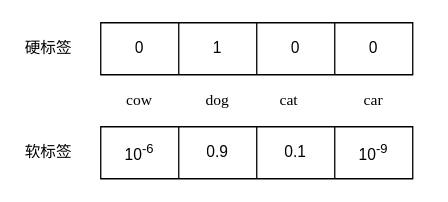
The draw.io diagram soft-hard.drawio in Noeverer/Mindmap, before the edit. Source tidied: cells renumbered, new cells numbered last; positions are measured from the earlier drawing's top-left corner, leaving out a move shared by most shapes. Both pictures are drawn from the tidied source at 130%, with x=0, y=0 at pixel (22, 22).
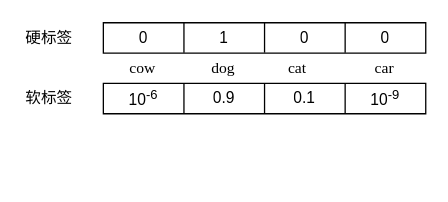
The same page after the edit.

What changed in the source:
```diff
@@
+    <mxCell id="20" style="group;" parent="1" vertex="1">
+      <mxGeometry width="310" height="70" as="geometry" />
+    </mxCell>
-    <mxCell id="2" style="shape=table;html=1;whiteSpace=wrap;startSize=0;childLayout=tableLayout;" parent="1" vertex="1">
-      <mxGeometry x="60" width="240" height="40" as="geometry" />
+    <mxCell id="2" style="shape=table;html=1;whiteSpace=wrap;startSize=0;childLayout=tableLayout;" parent="20" vertex="1">
+      <mxGeometry x="62" width="248" height="23.3" as="geometry" />
     </mxCell>
     <mxCell id="3" style="shape=partialRectangle;html=1;whiteSpace=wrap;fillColor=none;top=0;left=0;bottom=0;right=0;" parent="2" vertex="1">
-      <mxGeometry width="240" height="40" as="geometry" />
+      <mxGeometry width="248" height="23" as="geometry" />
     </mxCell>
     <mxCell id="4" value="0" style="shape=partialRectangle;html=1;whiteSpace=wrap;overflow=hidden;fillColor=none;top=0;left=0;bottom=0;right=0;" parent="3" vertex="1">
-      <mxGeometry width="60" height="40" as="geometry" />
+      <mxGeometry width="62" height="23" as="geometry" />
     </mxCell>
     <mxCell id="5" value="1" style="shape=partialRectangle;html=1;whiteSpace=wrap;overflow=hidden;fillColor=none;top=0;left=0;bottom=0;right=0;" parent="3" vertex="1">
-      <mxGeometry x="60" width="60" height="40" as="geometry" />
+      <mxGeometry x="62" width="62" height="23" as="geometry" />
     </mxCell>
     <mxCell id="6" value="0" style="shape=partialRectangle;html=1;whiteSpace=wrap;overflow=hidden;fillColor=none;top=0;left=0;bottom=0;right=0;" parent="3" vertex="1">
-      <mxGeometry x="120" width="60" height="40" as="geometry" />
+      <mxGeometry x="124" width="62" height="23" as="geometry" />
     </mxCell>
     <mxCell id="7" value="0" style="shape=partialRectangle;html=1;whiteSpace=wrap;overflow=hidden;fillColor=none;top=0;left=0;bottom=0;right=0;" parent="3" vertex="1">
-      <mxGeometry x="180" width="60" height="40" as="geometry" />
+      <mxGeometry x="186" width="62" height="23" as="geometry" />
     </mxCell>
-    <mxCell id="8" style="shape=table;html=1;whiteSpace=wrap;startSize=0;childLayout=tableLayout;" parent="1" vertex="1">
-      <mxGeometry x="60" y="80" width="240" height="40" as="geometry" />
+    <mxCell id="8" style="shape=table;html=1;whiteSpace=wrap;startSize=0;childLayout=tableLayout;" parent="20" vertex="1">
+      <mxGeometry x="62" y="46.7" width="248" height="23.3" as="geometry" />
     </mxCell>
     <mxCell id="9" style="shape=partialRectangle;html=1;whiteSpace=wrap;fillColor=none;top=0;left=0;bottom=0;right=0;" parent="8" vertex="1">
-      <mxGeometry width="240" height="40" as="geometry" />
+      <mxGeometry width="248" height="23" as="geometry" />
     </mxCell>
     <mxCell id="10" value="10&lt;sup&gt;-6&lt;/sup&gt;" style="shape=partialRectangle;html=1;whiteSpace=wrap;overflow=hidden;fillColor=none;top=0;left=0;bottom=0;right=0;" parent="9" vertex="1">
-      <mxGeometry width="60" height="40" as="geometry" />
+      <mxGeometry width="62" height="23" as="geometry" />
     </mxCell>
     <mxCell id="11" value="0.9" style="shape=partialRectangle;html=1;whiteSpace=wrap;overflow=hidden;fillColor=none;top=0;left=0;bottom=0;right=0;" parent="9" vertex="1">
-      <mxGeometry x="60" width="60" height="40" as="geometry" />
+      <mxGeometry x="62" width="62" height="23" as="geometry" />
     </mxCell>
     <mxCell id="12" value="0.1" style="shape=partialRectangle;html=1;whiteSpace=wrap;overflow=hidden;fillColor=none;top=0;left=0;bottom=0;right=0;" parent="9" vertex="1">
-      <mxGeometry x="120" width="60" height="40" as="geometry" />
+      <mxGeometry x="124" width="62" height="23" as="geometry" />
     </mxCell>
     <mxCell id="13" value="10&lt;sup&gt;-9&lt;/sup&gt;" style="shape=partialRectangle;html=1;whiteSpace=wrap;overflow=hidden;fillColor=none;top=0;left=0;bottom=0;right=0;" parent="9" vertex="1">
-      <mxGeometry x="180" width="60" height="40" as="geometry" />
+      <mxGeometry x="186" width="62" height="23" as="geometry" />
     </mxCell>
-    <mxCell id="14" value="&lt;font face=&quot;Times New Roman&quot;&gt;cow&lt;/font&gt;" style="text;html=1;strokeColor=none;fillColor=none;align=center;verticalAlign=middle;whiteSpace=wrap;rounded=0;" parent="1" vertex="1">
-      <mxGeometry x="70" y="50" width="40" height="20" as="geometry" />
+    <mxCell id="14" value="&lt;font face=&quot;Times New Roman&quot;&gt;cow&lt;/font&gt;" style="text;html=1;strokeColor=none;fillColor=none;align=center;verticalAlign=middle;whiteSpace=wrap;rounded=0;" parent="20" vertex="1">
+      <mxGeometry x="72.3" y="29.2" width="41.3" height="11.7" as="geometry" />
     </mxCell>
-    <mxCell id="15" value="&lt;font face=&quot;Times New Roman&quot;&gt;dog&lt;/font&gt;" style="text;html=1;strokeColor=none;fillColor=none;align=center;verticalAlign=middle;whiteSpace=wrap;rounded=0;" parent="1" vertex="1">
-      <mxGeometry x="130" y="50" width="40" height="20" as="geometry" />
+    <mxCell id="15" value="&lt;font face=&quot;Times New Roman&quot;&gt;dog&lt;/font&gt;" style="text;html=1;strokeColor=none;fillColor=none;align=center;verticalAlign=middle;whiteSpace=wrap;rounded=0;" parent="20" vertex="1">
+      <mxGeometry x="134.3" y="29.2" width="41.3" height="11.7" as="geometry" />
     </mxCell>
-    <mxCell id="16" value="&lt;font face=&quot;Times New Roman&quot;&gt;cat&lt;/font&gt;" style="text;html=1;strokeColor=none;fillColor=none;align=center;verticalAlign=middle;whiteSpace=wrap;rounded=0;" parent="1" vertex="1">
-      <mxGeometry x="185" y="50" width="40" height="20" as="geometry" />
+    <mxCell id="16" value="&lt;font face=&quot;Times New Roman&quot;&gt;cat&lt;/font&gt;" style="text;html=1;strokeColor=none;fillColor=none;align=center;verticalAlign=middle;whiteSpace=wrap;rounded=0;" parent="20" vertex="1">
+      <mxGeometry x="191.2" y="29.2" width="41.3" height="11.7" as="geometry" />
     </mxCell>
-    <mxCell id="17" value="&lt;font face=&quot;Times New Roman&quot;&gt;car&lt;/font&gt;" style="text;html=1;strokeColor=none;fillColor=none;align=center;verticalAlign=middle;whiteSpace=wrap;rounded=0;" parent="1" vertex="1">
-      <mxGeometry x="250" y="50" width="40" height="20" as="geometry" />
+    <mxCell id="17" value="&lt;font face=&quot;Times New Roman&quot;&gt;car&lt;/font&gt;" style="text;html=1;strokeColor=none;fillColor=none;align=center;verticalAlign=middle;whiteSpace=wrap;rounded=0;" parent="20" vertex="1">
+      <mxGeometry x="258.3" y="29.2" width="41.3" height="11.7" as="geometry" />
     </mxCell>
-    <mxCell id="18" value="硬标签" style="text;html=1;strokeColor=none;fillColor=none;align=center;verticalAlign=middle;whiteSpace=wrap;rounded=0;" parent="1" vertex="1">
-      <mxGeometry y="10" width="40" height="20" as="geometry" />
+    <mxCell id="18" value="硬标签" style="text;html=1;strokeColor=none;fillColor=none;align=center;verticalAlign=middle;whiteSpace=wrap;rounded=0;" parent="20" vertex="1">
+      <mxGeometry y="5.8" width="41.3" height="11.7" as="geometry" />
     </mxCell>
-    <mxCell id="19" value="软标签" style="text;html=1;strokeColor=none;fillColor=none;align=center;verticalAlign=middle;whiteSpace=wrap;rounded=0;" parent="1" vertex="1">
-      <mxGeometry y="90" width="40" height="20" as="geometry" />
+    <mxCell id="19" value="软标签" style="text;html=1;strokeColor=none;fillColor=none;align=center;verticalAlign=middle;whiteSpace=wrap;rounded=0;" parent="20" vertex="1">
+      <mxGeometry y="52.5" width="41.3" height="11.7" as="geometry" />
     </mxCell>
```
